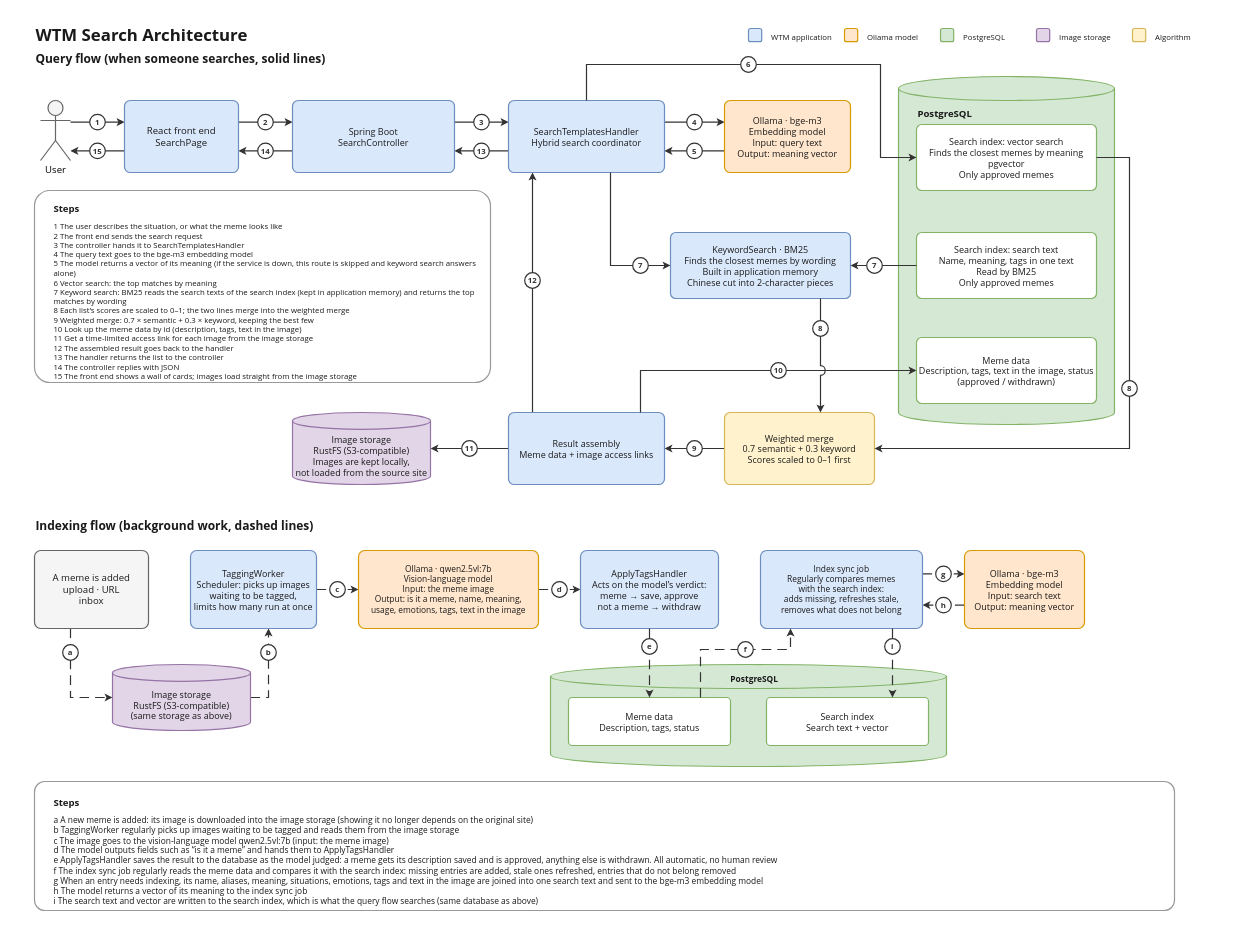
The draw.io diagram docs/images/search-architecture.en.drawio in chun-wei0413/WTM, before the edit. Source tidied: cells renumbered, new cells numbered last; positions are measured from the earlier drawing's top-left corner, leaving out a move shared by most shapes. Both pictures are drawn from the tidied source at 60%, with x=0, y=0 at pixel (10, 10).
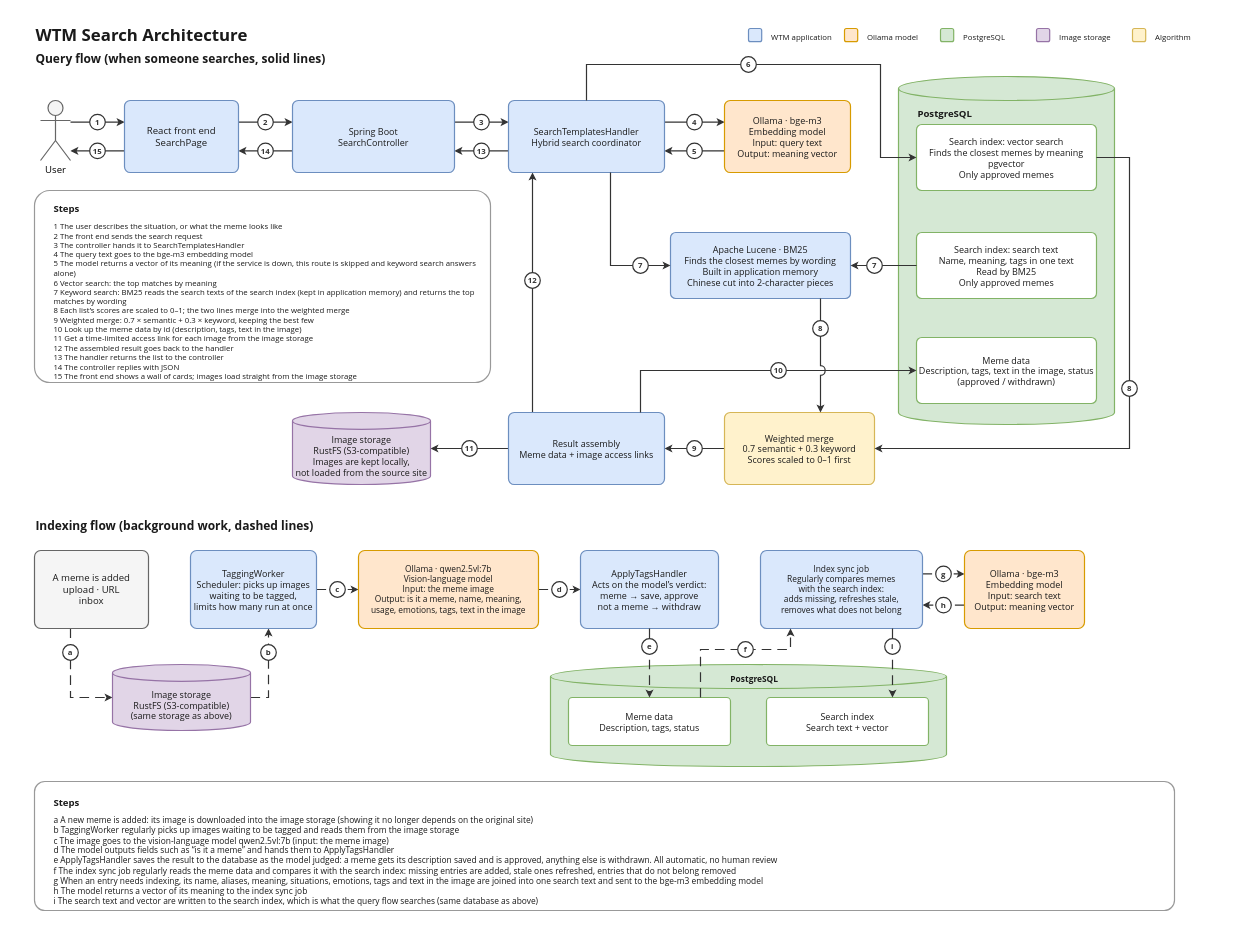
The same diagram, later.

Commit message (it also covers changes not shown here):
[Documentation] Describe the Lucene keyword search in the decision, READMEs and architecture diagrams

The edit, as a diff of the source:
```diff
@@
-    <mxCell id="31" value="KeywordSearch · BM25&lt;br&gt;Finds the closest memes by wording&lt;br&gt;Built in application memory&lt;br&gt;Chinese cut into 2-character pieces" style="rounded=1;whiteSpace=wrap;html=1;arcSize=8;fillColor=#dae8fc;strokeColor=#6c8ebf;strokeWidth=2;fontSize=15;fontFamily=Segoe UI;fontColor=#1a1a1a;" parent="1" vertex="1">
+    <mxCell id="31" value="Apache Lucene · BM25&lt;br&gt;Finds the closest memes by wording&lt;br&gt;Built in application memory&lt;br&gt;Chinese cut into 2-character pieces" style="rounded=1;whiteSpace=wrap;html=1;arcSize=8;fillColor=#dae8fc;strokeColor=#6c8ebf;strokeWidth=2;fontSize=15;fontFamily=Segoe UI;fontColor=#1a1a1a;" parent="1" vertex="1">
       <mxGeometry x="1100" y="370" width="300" height="110" as="geometry" />
     </mxCell>
```
